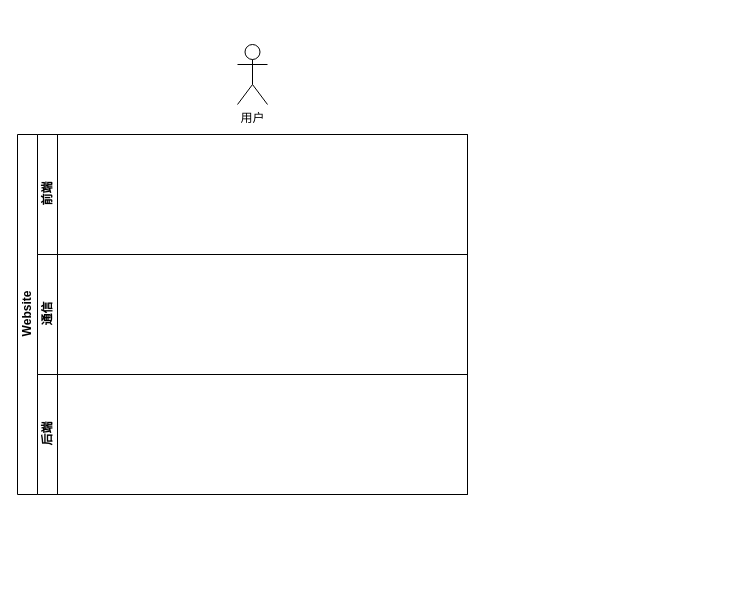
Earlier version of the draw.io diagram Untitled Diagram.drawio (xqy2006/MyAIDemo). Source tidied: cells renumbered, new cells numbered last; positions are measured from the earlier drawing's top-left corner, leaving out a move shared by most shapes. Both pictures are drawn from the tidied source at 100%, with x=0, y=0 at pixel (17, 44).
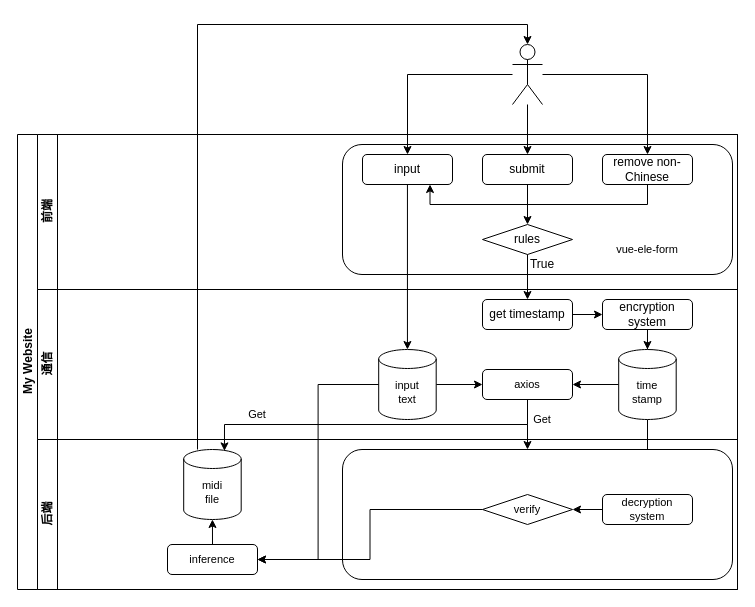
The same diagram, later.

The edit, as a diff of the source:
```diff
@@
-    <mxCell id="2" value="Website" style="swimlane;html=1;horizontal=0;startSize=20;" parent="1" vertex="1">
-      <mxGeometry y="90" width="450" height="360" as="geometry" />
+    <mxCell id="2" value="My Website" style="swimlane;html=1;horizontal=0;startSize=20;" parent="1" vertex="1">
+      <mxGeometry y="90" width="720" height="455" as="geometry" />
     </mxCell>
     <mxCell id="3" value="前端" style="swimlane;html=1;startSize=20;horizontal=0;" parent="2" vertex="1">
-      <mxGeometry x="20" width="430" height="120" as="geometry" />
+      <mxGeometry x="20" width="700" height="155" as="geometry" />
     </mxCell>
+    <mxCell id="7" style="rounded=1;whiteSpace=wrap;html=1;" parent="3" vertex="1">
+      <mxGeometry x="305" y="10" width="390" height="130" as="geometry" />
+    </mxCell>
+    <mxCell id="8" value="input" style="rounded=1;whiteSpace=wrap;html=1;" parent="3" vertex="1">
+      <mxGeometry x="325" y="20" width="90" height="30" as="geometry" />
+    </mxCell>
+    <mxCell id="9" style="edgeStyle=orthogonalEdgeStyle;rounded=0;jettySize=auto;html=1;" parent="3" edge="1" source="10" target="13">
+      <mxGeometry relative="1" as="geometry" />
+    </mxCell>
+    <mxCell id="10" value="submit" style="rounded=1;whiteSpace=wrap;html=1;" parent="3" vertex="1">
+      <mxGeometry x="445" y="20" width="90" height="30" as="geometry" />
+    </mxCell>
+    <mxCell id="11" style="edgeStyle=orthogonalEdgeStyle;rounded=0;jettySize=auto;html=1;fontSize=11;entryX=0.75;entryY=1;entryDx=0;entryDy=0;" parent="3" edge="1" source="12" target="8">
+      <mxGeometry relative="1" as="geometry">
+        <Array as="points">
+          <mxPoint x="610" y="70" />
+          <mxPoint x="393" y="70" />
+        </Array>
+      </mxGeometry>
+    </mxCell>
+    <mxCell id="12" value="remove non-Chinese" style="rounded=1;whiteSpace=wrap;html=1;" parent="3" vertex="1">
+      <mxGeometry x="565" y="20" width="90" height="30" as="geometry" />
+    </mxCell>
+    <mxCell id="13" value="rules" style="rhombus;whiteSpace=wrap;html=1;" parent="3" vertex="1">
+      <mxGeometry x="445" y="90" width="90" height="30" as="geometry" />
+    </mxCell>
+    <mxCell id="14" value="True" style="text;html=1;strokeColor=none;fillColor=none;align=center;verticalAlign=middle;whiteSpace=wrap;rounded=0;" parent="3" vertex="1">
+      <mxGeometry x="475" y="115" width="60" height="30" as="geometry" />
+    </mxCell>
+    <mxCell id="15" value="vue-ele-form" style="text;html=1;strokeColor=none;fillColor=none;align=center;verticalAlign=middle;whiteSpace=wrap;rounded=0;fontSize=11;" parent="3" vertex="1">
+      <mxGeometry x="555" y="100" width="110" height="30" as="geometry" />
+    </mxCell>
+    <mxCell id="16" style="edgeStyle=orthogonalEdgeStyle;rounded=0;jettySize=auto;html=1;" parent="2" edge="1" source="13" target="21">
+      <mxGeometry relative="1" as="geometry" />
+    </mxCell>
+    <mxCell id="17" style="edgeStyle=orthogonalEdgeStyle;rounded=0;jettySize=auto;html=1;entryX=0.5;entryY=0;entryDx=0;entryDy=0;entryPerimeter=0;fontSize=11;" parent="2" edge="1" source="8" target="27">
+      <mxGeometry relative="1" as="geometry" />
+    </mxCell>
+    <mxCell id="18" style="edgeStyle=orthogonalEdgeStyle;rounded=0;jettySize=auto;html=1;fontSize=11;" parent="2" edge="1" source="28">
+      <mxGeometry relative="1" as="geometry">
+        <mxPoint x="510" y="315" as="targetPoint" />
+      </mxGeometry>
+    </mxCell>
+    <mxCell id="19" style="edgeStyle=orthogonalEdgeStyle;rounded=0;jettySize=auto;html=1;fontSize=11;" parent="2" edge="1" source="25" target="33">
+      <mxGeometry relative="1" as="geometry" />
+    </mxCell>
     <mxCell id="4" value="通信" style="swimlane;html=1;startSize=20;horizontal=0;" parent="2" vertex="1">
-      <mxGeometry x="20" y="120" width="430" height="120" as="geometry" />
+      <mxGeometry x="20" y="155" width="700" height="150" as="geometry" />
     </mxCell>
+    <mxCell id="20" style="edgeStyle=orthogonalEdgeStyle;rounded=0;jettySize=auto;html=1;entryX=0;entryY=0.5;entryDx=0;entryDy=0;" parent="4" edge="1" source="21" target="23">
+      <mxGeometry relative="1" as="geometry" />
+    </mxCell>
+    <mxCell id="21" value="get timestamp" style="rounded=1;whiteSpace=wrap;html=1;" parent="4" vertex="1">
+      <mxGeometry x="445" y="10" width="90" height="30" as="geometry" />
+    </mxCell>
+    <mxCell id="22" style="edgeStyle=orthogonalEdgeStyle;rounded=0;jettySize=auto;html=1;entryX=0.5;entryY=0;entryDx=0;entryDy=0;entryPerimeter=0;fontSize=11;" parent="4" edge="1" source="23" target="25">
+      <mxGeometry relative="1" as="geometry" />
+    </mxCell>
+    <mxCell id="23" value="encryption system" style="rounded=1;whiteSpace=wrap;html=1;" parent="4" vertex="1">
+      <mxGeometry x="565" y="10" width="90" height="30" as="geometry" />
+    </mxCell>
+    <mxCell id="24" style="edgeStyle=orthogonalEdgeStyle;rounded=0;jettySize=auto;html=1;entryX=1;entryY=0.5;entryDx=0;entryDy=0;fontSize=11;" parent="4" edge="1" source="25" target="28">
+      <mxGeometry relative="1" as="geometry" />
+    </mxCell>
+    <mxCell id="25" value="&lt;font style=&quot;font-size: 11px;&quot;&gt;time&lt;br&gt;stamp&lt;/font&gt;" style="shape=cylinder3;whiteSpace=wrap;html=1;boundedLbl=1;backgroundOutline=1;size=9.5;fontSize=6;" parent="4" vertex="1">
+      <mxGeometry x="581.2" y="60" width="57.5" height="70" as="geometry" />
+    </mxCell>
+    <mxCell id="26" style="edgeStyle=orthogonalEdgeStyle;rounded=0;jettySize=auto;html=1;entryX=0;entryY=0.5;entryDx=0;entryDy=0;fontSize=11;" parent="4" edge="1" source="27" target="28">
+      <mxGeometry relative="1" as="geometry" />
+    </mxCell>
+    <mxCell id="27" value="&lt;font style=&quot;font-size: 11px;&quot;&gt;input&lt;br&gt;text&lt;br&gt;&lt;/font&gt;" style="shape=cylinder3;whiteSpace=wrap;html=1;boundedLbl=1;backgroundOutline=1;size=9.5;fontSize=6;" parent="4" vertex="1">
+      <mxGeometry x="341.2" y="60" width="57.5" height="70" as="geometry" />
+    </mxCell>
+    <mxCell id="28" value="axios" style="rounded=1;whiteSpace=wrap;html=1;fontSize=11;" parent="4" vertex="1">
+      <mxGeometry x="445" y="80" width="90" height="30" as="geometry" />
+    </mxCell>
+    <mxCell id="29" value="Get" style="text;html=1;strokeColor=none;fillColor=none;align=center;verticalAlign=middle;whiteSpace=wrap;rounded=0;fontSize=11;" parent="4" vertex="1">
+      <mxGeometry x="475" y="115" width="60" height="30" as="geometry" />
+    </mxCell>
+    <mxCell id="30" value="Get" style="text;html=1;strokeColor=none;fillColor=none;align=center;verticalAlign=middle;whiteSpace=wrap;rounded=0;fontSize=11;" parent="4" vertex="1">
+      <mxGeometry x="190" y="110" width="60" height="30" as="geometry" />
+    </mxCell>
     <mxCell id="5" value="后端" style="swimlane;html=1;startSize=20;horizontal=0;" parent="2" vertex="1">
-      <mxGeometry x="20" y="240" width="430" height="120" as="geometry" />
+      <mxGeometry x="20" y="305" width="700" height="150" as="geometry" />
     </mxCell>
+    <mxCell id="31" style="rounded=1;whiteSpace=wrap;html=1;" parent="5" vertex="1">
+      <mxGeometry x="305" y="10" width="390" height="130" as="geometry" />
+    </mxCell>
+    <mxCell id="32" style="edgeStyle=orthogonalEdgeStyle;rounded=0;jettySize=auto;html=1;entryX=1;entryY=0.5;entryDx=0;entryDy=0;fontSize=11;" parent="5" edge="1" source="33" target="35">
+      <mxGeometry relative="1" as="geometry" />
+    </mxCell>
+    <mxCell id="33" value="decryption&lt;br&gt;system" style="rounded=1;whiteSpace=wrap;html=1;fontSize=11;" parent="5" vertex="1">
+      <mxGeometry x="565" y="55" width="90" height="30" as="geometry" />
+    </mxCell>
+    <mxCell id="34" style="edgeStyle=orthogonalEdgeStyle;rounded=0;jettySize=auto;html=1;entryX=1;entryY=0.5;entryDx=0;entryDy=0;fontSize=11;" parent="5" edge="1" source="35" target="37">
+      <mxGeometry relative="1" as="geometry" />
+    </mxCell>
+    <mxCell id="35" value="verify" style="rhombus;whiteSpace=wrap;html=1;fontSize=11;" parent="5" vertex="1">
+      <mxGeometry x="445" y="55" width="90" height="30" as="geometry" />
+    </mxCell>
+    <mxCell id="36" style="edgeStyle=orthogonalEdgeStyle;rounded=0;jettySize=auto;html=1;exitX=0.5;exitY=0;exitDx=0;exitDy=0;entryX=0.5;entryY=1;entryDx=0;entryDy=0;entryPerimeter=0;fontSize=11;" parent="5" edge="1" source="37" target="38">
+      <mxGeometry relative="1" as="geometry" />
+    </mxCell>
+    <mxCell id="37" value="inference" style="rounded=1;whiteSpace=wrap;html=1;fontSize=11;" parent="5" vertex="1">
+      <mxGeometry x="130" y="105" width="90" height="30" as="geometry" />
+    </mxCell>
+    <mxCell id="38" value="&lt;font style=&quot;font-size: 11px;&quot;&gt;midi&lt;br&gt;file&lt;br&gt;&lt;/font&gt;" style="shape=cylinder3;whiteSpace=wrap;html=1;boundedLbl=1;backgroundOutline=1;size=9.5;fontSize=6;" parent="5" vertex="1">
+      <mxGeometry x="146.2" y="10" width="57.5" height="70" as="geometry" />
+    </mxCell>
+    <mxCell id="39" style="edgeStyle=orthogonalEdgeStyle;rounded=0;jettySize=auto;html=1;entryX=1;entryY=0.5;entryDx=0;entryDy=0;fontSize=11;" parent="2" edge="1" source="27" target="37">
+      <mxGeometry relative="1" as="geometry" />
+    </mxCell>
+    <mxCell id="40" style="edgeStyle=orthogonalEdgeStyle;rounded=0;jettySize=auto;html=1;exitX=0.5;exitY=1;exitDx=0;exitDy=0;fontSize=11;entryX=0.709;entryY=0.02;entryDx=0;entryDy=0;entryPerimeter=0;" parent="2" edge="1" source="28" target="38">
+      <mxGeometry relative="1" as="geometry" />
+    </mxCell>
+    <mxCell id="41" style="edgeStyle=orthogonalEdgeStyle;rounded=0;jettySize=auto;html=1;entryX=0.5;entryY=0;entryDx=0;entryDy=0;" parent="1" edge="1" source="6" target="8">
+      <mxGeometry relative="1" as="geometry" />
+    </mxCell>
+    <mxCell id="42" style="edgeStyle=orthogonalEdgeStyle;rounded=0;jettySize=auto;html=1;entryX=0.5;entryY=0;entryDx=0;entryDy=0;" parent="1" edge="1" source="6" target="10">
+      <mxGeometry relative="1" as="geometry" />
+    </mxCell>
+    <mxCell id="43" style="edgeStyle=orthogonalEdgeStyle;rounded=0;jettySize=auto;html=1;" parent="1" edge="1" source="6" target="12">
+      <mxGeometry relative="1" as="geometry" />
+    </mxCell>
-    <mxCell id="6" value="用户" style="shape=umlActor;verticalLabelPosition=bottom;verticalAlign=top;html=1;outlineConnect=0;" parent="1" vertex="1">
-      <mxGeometry x="220" width="30" height="60" as="geometry" />
+    <mxCell id="6" style="shape=umlActor;verticalLabelPosition=bottom;verticalAlign=top;html=1;outlineConnect=0;" parent="1" vertex="1">
+      <mxGeometry x="495" width="30" height="60" as="geometry" />
     </mxCell>
+    <mxCell id="44" style="edgeStyle=orthogonalEdgeStyle;rounded=0;jettySize=auto;html=1;entryX=0.5;entryY=0;entryDx=0;entryDy=0;entryPerimeter=0;fontSize=11;" parent="1" edge="1" source="38" target="6">
+      <mxGeometry relative="1" as="geometry">
+        <Array as="points">
+          <mxPoint x="180" y="-20" />
+          <mxPoint x="510" y="-20" />
+        </Array>
+      </mxGeometry>
+    </mxCell>
```
